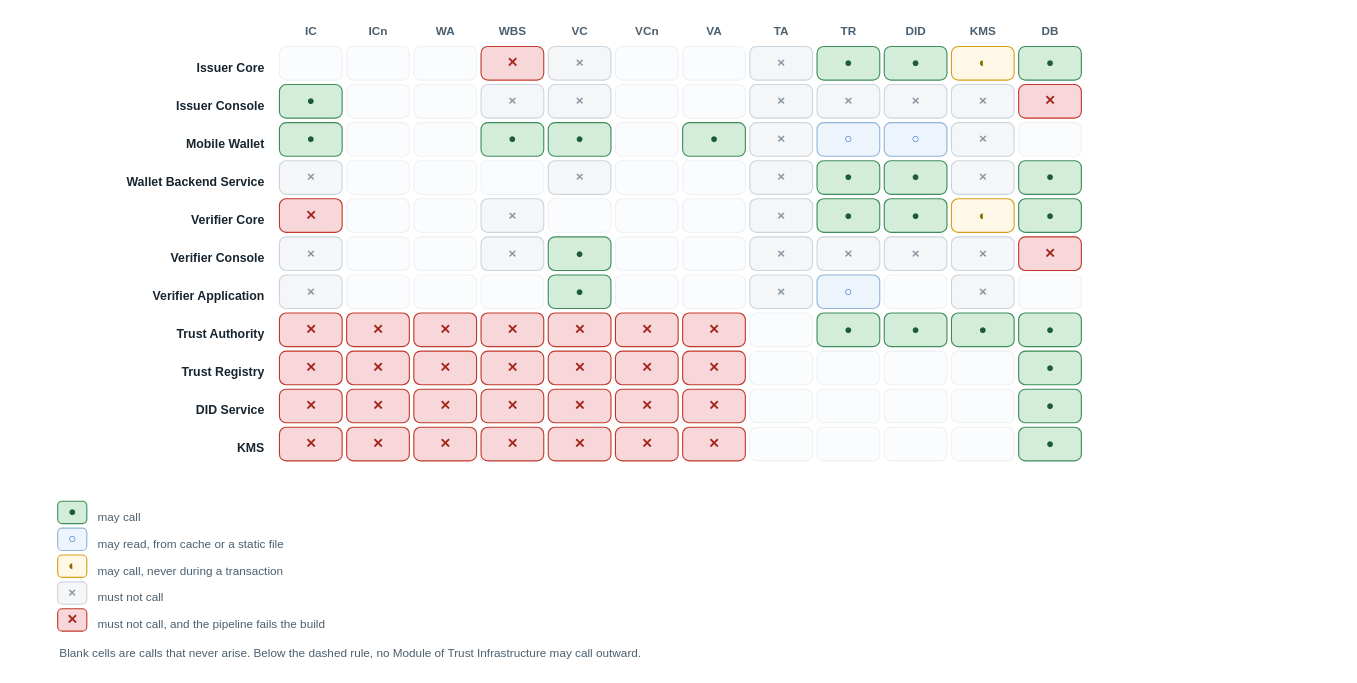
Before: images/architecture-framework/high-level-architecture/module-dependencies.drawio in id-verifiable-credential-dev/id-doc-idctf, a draw.io diagram. Source tidied: cells renumbered, new cells numbered last; positions are measured from the earlier drawing's top-left corner, leaving out a move shared by most shapes. Both pictures are drawn from the tidied source at 112%, with x=0, y=0 at pixel (19, 19).
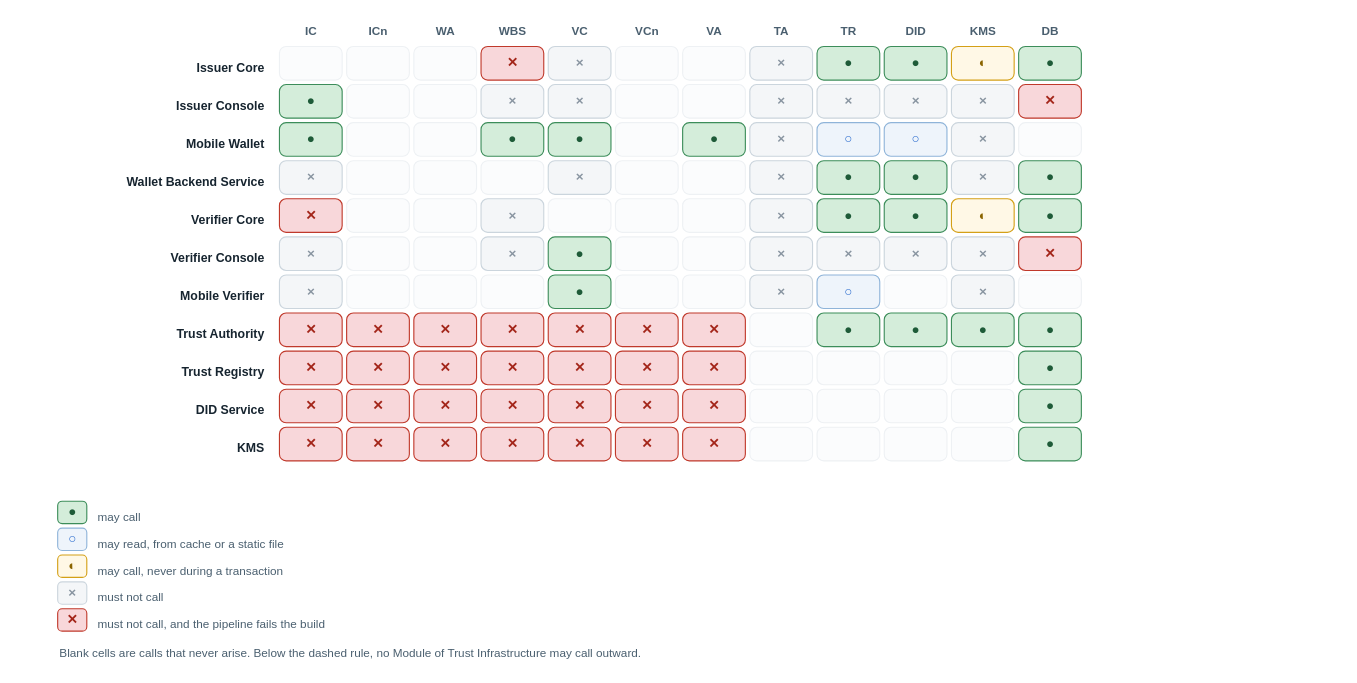
Above is the later version.

Change to the diagram source:
```diff
@@
-    <mxCell id="92" value="Verifier Application" style="text;html=1;strokeColor=none;fillColor=none;align=right;verticalAlign=middle;fontSize=11;fontColor=#16242f;fontStyle=1;" parent="1" vertex="1">
+    <mxCell id="92" value="Mobile Verifier" style="text;html=1;strokeColor=none;fillColor=none;align=right;verticalAlign=middle;fontSize=11;fontColor=#16242f;fontStyle=1;" parent="1" vertex="1">
       <mxGeometry y="237" width="220" height="20" as="geometry" />
     </mxCell>
```
